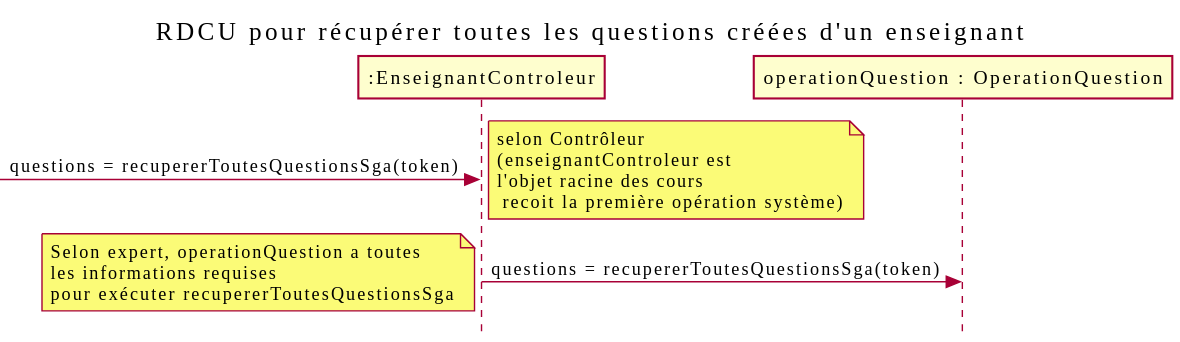
Above: out/docs/Récupérer question/RDCU_Recuperer_Question/recupererTouteQuestion.svg in nerdz88/SGA-TS (PlantUML), before the change. Its diagram source:
```plantuml
@startuml
skinparam style strictuml
skinparam defaultfontname Verdana
title RDCU pour récupérer toutes les questions créées d'un enseignant
participant ":EnseignantControleur" as controleur
participant "operationQuestion : OperationQuestion" as mapCours

->controleur : questions = recupererToutesQuestionsSga(token)
note right : selon Contrôleur\n(enseignantControleur est\nl'objet racine des cours\n recoit la première opération système)
controleur -> mapCours : questions = recupererToutesQuestionsSga(token)
note left : Selon expert, operationQuestion a toutes\nles informations requises\npour exécuter recupererToutesQuestionsSga
@enduml
```
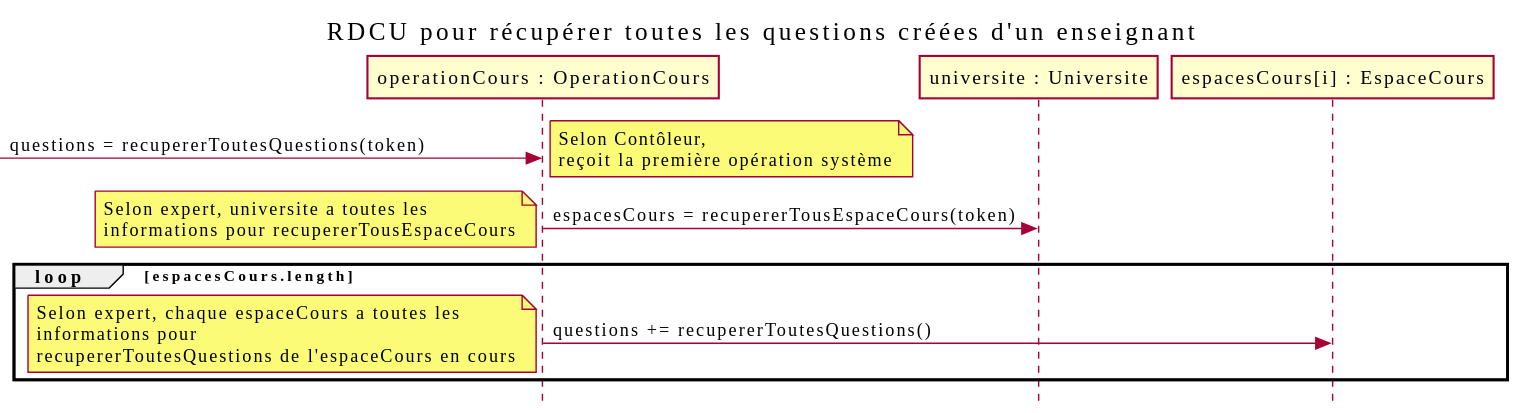
After the change.

Diff of the diagram source:
```diff
@@ -2,11 +2,16 @@
 skinparam style strictuml
 skinparam defaultfontname Verdana
 title RDCU pour récupérer toutes les questions créées d'un enseignant
-participant ":EnseignantControleur" as controleur
-participant "operationQuestion : OperationQuestion" as mapCours
+participant "operationCours : OperationCours" as opCours
+participant "universite : Universite" as universite
+participant "espacesCours[i] : EspaceCours" as cours
 
-->controleur : questions = recupererToutesQuestionsSga(token)
-note right : selon Contrôleur\n(enseignantControleur est\nl'objet racine des cours\n recoit la première opération système)
-controleur -> mapCours : questions = recupererToutesQuestionsSga(token)
-note left : Selon expert, operationQuestion a toutes\nles informations requises\npour exécuter recupererToutesQuestionsSga
+->opCours : questions = recupererToutesQuestions(token)
+note left : Selon Contôleur,\nreçoit la première opération système
+opCours -> universite : espacesCours = recupererTousEspaceCours(token)
+note left : Selon expert, universite a toutes les\ninformations pour recupererTousEspaceCours
+loop espacesCours.length
+opCours -> cours : questions += recupererToutesQuestions()
+note left : Selon expert, chaque espaceCours a toutes les\ninformations pour\nrecupererToutesQuestions de l'espaceCours en cours
+end
 @enduml
```
